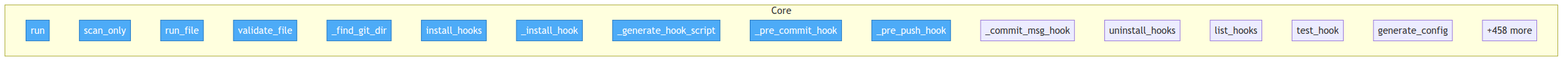
semcod/refactoring keeps this Mermaid diagram as project/flow.png. Above is the earlier version. Its source is kept beside it as project/flow.mmd.
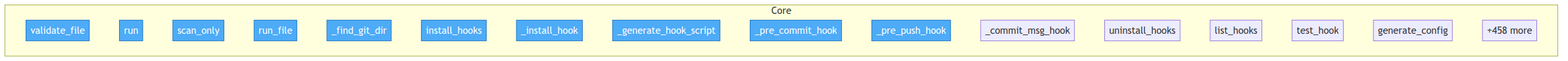
Later version of the same file.

Diff of the diagram source:
```diff
@@ -3,10 +3,10 @@
     classDef entry fill:#4dabf7,stroke:#1971c2,color:#fff
 
     subgraph Core
+        src__prefact__validator__Validator__validate_file["validate_file"]
         src__prefact__engine__RefactoringEngine__run["run"]
         src__prefact__engine__RefactoringEngine__scan_only["scan_only"]
         src__prefact__engine__RefactoringEngine__run_file["run_file"]
-        src__prefact__validator__Validator__validate_file["validate_file"]
         src__prefact__git_hooks__GitHooks___find_git_dir["_find_git_dir"]
         src__prefact__git_hooks__GitHooks__install_hooks["install_hooks"]
         src__prefact__git_hooks__GitHooks___install_hook["_install_hook"]
@@ -21,4 +21,4 @@
         ...["+458 more"]
     end
 
-    class src__prefact__engine__RefactoringEngine__run,src__prefact__engine__RefactoringEngine__scan_only,src__prefact__engine__RefactoringEngine__run_file,src__prefact__validator__Validator__validate_file,src__prefact__git_hooks__GitHooks___find_git_dir,src__prefact__git_hooks__GitHooks__install_hooks,src__prefact__git_hooks__GitHooks___install_hook,src__prefact__git_hooks__GitHooks___generate_hook_script,src__prefact__git_hooks__GitHooks___pre_commit_hook,src__prefact__git_hooks__GitHooks___pre_push_hook entry
+    class src__prefact__validator__Validator__validate_file,src__prefact__engine__RefactoringEngine__run,src__prefact__engine__RefactoringEngine__scan_only,src__prefact__engine__RefactoringEngine__run_file,src__prefact__git_hooks__GitHooks___find_git_dir,src__prefact__git_hooks__GitHooks__install_hooks,src__prefact__git_hooks__GitHooks___install_hook,src__prefact__git_hooks__GitHooks___generate_hook_script,src__prefact__git_hooks__GitHooks___pre_commit_hook,src__prefact__git_hooks__GitHooks___pre_push_hook entry
```
